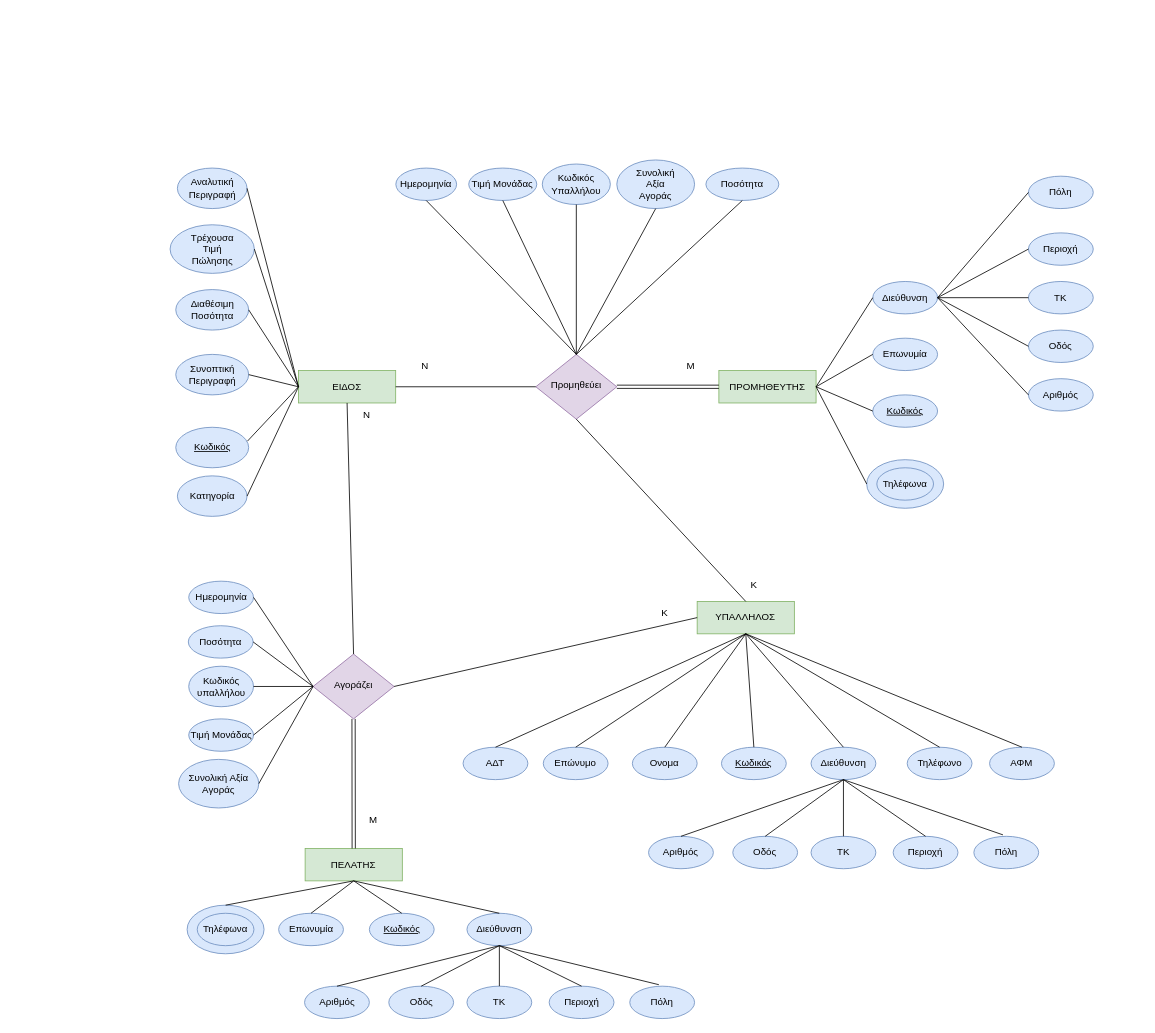
Above: ERDiagramFlowchart.drawio in Lazini/ERDiagram (draw.io), before the change. Source tidied: cells renumbered, new cells numbered last; positions are measured from the earlier drawing's top-left corner, leaving out a move shared by most shapes. Both pictures are drawn from the tidied source at 81%, with x=0, y=0 at pixel (169, 160).
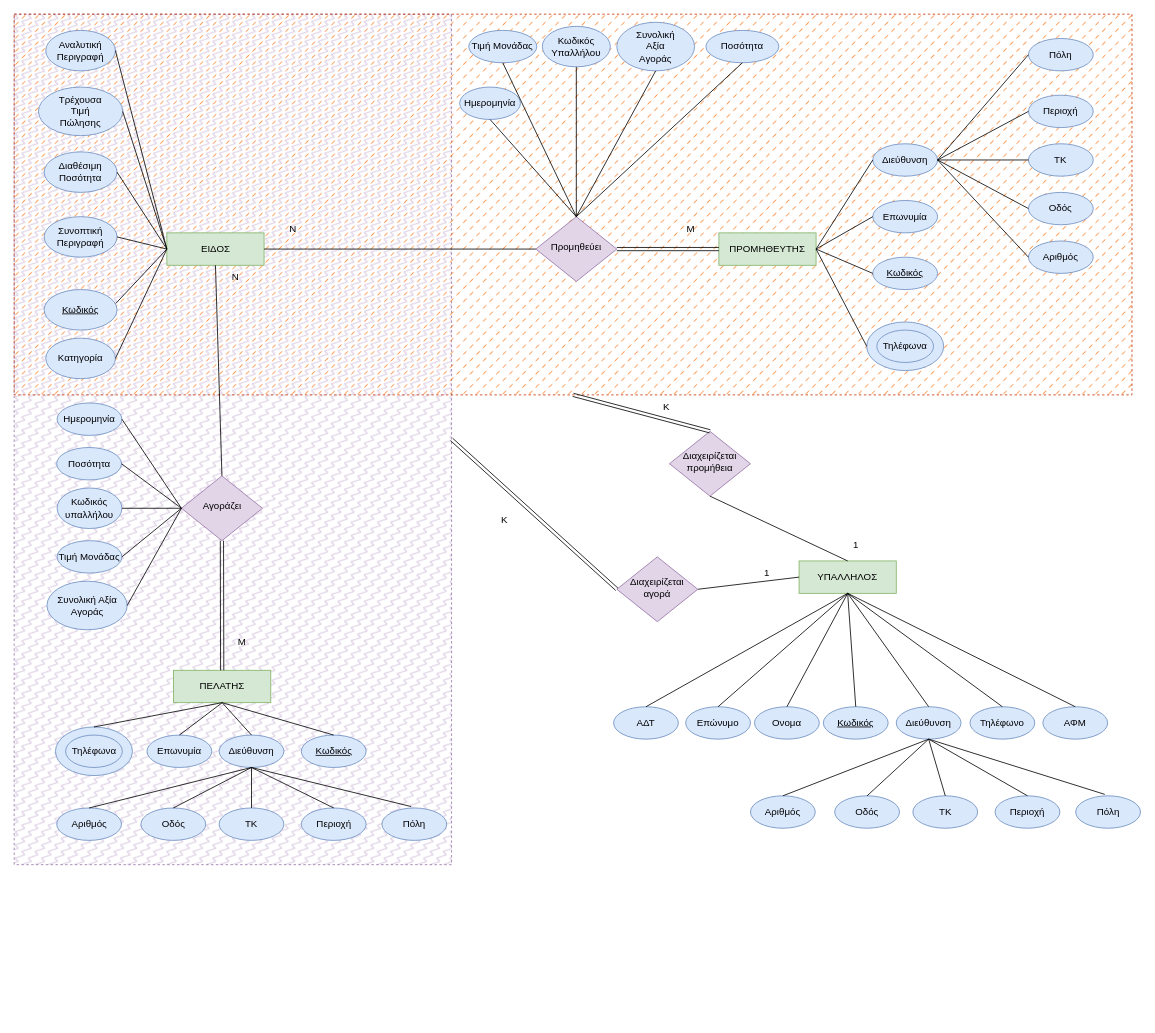
The same diagram, later.

Change to the diagram source:
```diff
@@
+    <mxCell id="114" style="rounded=0;whiteSpace=wrap;html=1;dashed=1;fillStyle=zigzag-line;fillColor=#e1d5e7;strokeColor=#9673a6;" parent="1" vertex="1">
+      <mxGeometry x="-192" y="-180" width="540" height="1050" as="geometry" />
+    </mxCell>
+    <mxCell id="115" style="rounded=0;whiteSpace=wrap;html=1;dashed=1;fillColor=#fa6800;strokeColor=#C73500;fillStyle=dashed;fontColor=#000000;" parent="1" vertex="1">
+      <mxGeometry x="-192" y="-180" width="1380" height="470" as="geometry" />
+    </mxCell>
     <mxCell id="2" value="ΕΙΔΟΣ" style="rounded=0;whiteSpace=wrap;html=1;fontSize=12;glass=0;strokeWidth=1;shadow=0;fillColor=#d5e8d4;strokeColor=#82b366;" parent="1" vertex="1">
-      <mxGeometry x="159" y="260" width="120" height="40" as="geometry" />
+      <mxGeometry x="-3.5" y="90" width="120" height="40" as="geometry" />
     </mxCell>
     <mxCell id="3" value="&lt;div&gt;ΠΡΟΜΗΘΕΥΤΗΣ&lt;/div&gt;" style="rounded=0;whiteSpace=wrap;html=1;fontSize=12;glass=0;strokeWidth=1;shadow=0;fillColor=#d5e8d4;strokeColor=#82b366;" parent="1" vertex="1">
-      <mxGeometry x="678" y="260" width="120" height="40" as="geometry" />
+      <mxGeometry x="678" y="90" width="120" height="40" as="geometry" />
     </mxCell>
     <mxCell id="4" value="&lt;div&gt;ΠΕΛΑΤΗΣ&lt;/div&gt;" style="rounded=0;whiteSpace=wrap;html=1;fontSize=12;glass=0;strokeWidth=1;shadow=0;fillColor=#d5e8d4;strokeColor=#82b366;" parent="1" vertex="1">
-      <mxGeometry x="167.2" y="850" width="120" height="40" as="geometry" />
+      <mxGeometry x="4.8" y="630" width="120" height="40" as="geometry" />
     </mxCell>
     <mxCell id="5" value="&lt;div&gt;ΥΠΑΛΛΗΛΟΣ&lt;/div&gt;" style="rounded=0;whiteSpace=wrap;html=1;fontSize=12;glass=0;strokeWidth=1;shadow=0;fillColor=#d5e8d4;strokeColor=#82b366;" parent="1" vertex="1">
-      <mxGeometry x="651.2" y="545" width="120" height="40" as="geometry" />
+      <mxGeometry x="777" y="495" width="120" height="40" as="geometry" />
     </mxCell>
     <mxCell id="6" value="Προμηθεύει" style="rhombus;whiteSpace=wrap;html=1;shadow=0;fontFamily=Helvetica;fontSize=12;align=center;strokeWidth=1;spacing=6;spacingTop=-4;fillColor=#e1d5e7;strokeColor=#9673a6;" parent="1" vertex="1">
-      <mxGeometry x="452" y="240" width="100" height="80" as="geometry" />
+      <mxGeometry x="452" y="70" width="100" height="80" as="geometry" />
     </mxCell>
@@
     <mxCell id="9" value="&lt;div&gt;Διαθέσιμη &lt;br&gt;&lt;/div&gt;&lt;div&gt;Ποσότητα&lt;/div&gt;" style="ellipse;whiteSpace=wrap;html=1;fillColor=#dae8fc;strokeColor=#6c8ebf;" parent="1" vertex="1">
-      <mxGeometry x="7.5" y="160" width="90" height="50" as="geometry" />
+      <mxGeometry x="-155" y="-10" width="90" height="50" as="geometry" />
     </mxCell>
     <mxCell id="10" value="&lt;div&gt;Αναλυτική&lt;/div&gt;&lt;div&gt;Περιγραφή&lt;/div&gt;" style="ellipse;whiteSpace=wrap;html=1;fillColor=#dae8fc;strokeColor=#6c8ebf;" parent="1" vertex="1">
-      <mxGeometry x="9.5" y="10" width="86" height="50" as="geometry" />
+      <mxGeometry x="-153" y="-160" width="86" height="50" as="geometry" />
     </mxCell>
     <mxCell id="11" value="&lt;div&gt;Συνοπτική&lt;/div&gt;&lt;div&gt;Περιγραφή&lt;/div&gt;" style="ellipse;whiteSpace=wrap;html=1;fillColor=#dae8fc;strokeColor=#6c8ebf;" parent="1" vertex="1">
-      <mxGeometry x="7.5" y="240" width="90" height="50" as="geometry" />
+      <mxGeometry x="-155" y="70" width="90" height="50" as="geometry" />
     </mxCell>
     <mxCell id="12" value="&lt;u&gt;Κωδικός&lt;/u&gt;" style="ellipse;whiteSpace=wrap;html=1;fillColor=#dae8fc;strokeColor=#6c8ebf;" parent="1" vertex="1">
-      <mxGeometry x="7.5" y="330" width="90" height="50" as="geometry" />
+      <mxGeometry x="-155" y="160" width="90" height="50" as="geometry" />
     </mxCell>
     <mxCell id="13" value="&lt;div&gt;Κατηγορία&lt;/div&gt;" style="ellipse;whiteSpace=wrap;html=1;fillColor=#dae8fc;strokeColor=#6c8ebf;" parent="1" vertex="1">
-      <mxGeometry x="9.5" y="390" width="86" height="50" as="geometry" />
+      <mxGeometry x="-153" y="220" width="86" height="50" as="geometry" />
     </mxCell>
     <mxCell id="14" value="&lt;div&gt;Τρέχουσα&lt;/div&gt;&lt;div&gt;Τιμή&lt;/div&gt;&lt;div&gt;Πώλησης&lt;/div&gt;" style="ellipse;whiteSpace=wrap;html=1;fillColor=#dae8fc;strokeColor=#6c8ebf;" parent="1" vertex="1">
-      <mxGeometry x="0.5" y="80" width="104" height="60" as="geometry" />
+      <mxGeometry x="-162" y="-90" width="104" height="60" as="geometry" />
     </mxCell>
@@
     <mxCell id="21" value="Ν" style="text;html=1;align=center;verticalAlign=middle;strokeColor=none;fillColor=none;" parent="1" vertex="1">
-      <mxGeometry x="299.5" y="240" width="30" height="30" as="geometry" />
+      <mxGeometry x="137" y="70" width="30" height="30" as="geometry" />
     </mxCell>
     <mxCell id="22" value="Μ" style="text;html=1;align=center;verticalAlign=middle;strokeColor=none;fillColor=none;" parent="1" vertex="1">
-      <mxGeometry x="628" y="240" width="30" height="30" as="geometry" />
+      <mxGeometry x="628" y="70" width="30" height="30" as="geometry" />
     </mxCell>
     <mxCell id="23" value="Ημερομηνία" style="ellipse;whiteSpace=wrap;html=1;fillColor=#dae8fc;strokeColor=#6c8ebf;" parent="1" vertex="1">
-      <mxGeometry x="279.2" y="10" width="75" height="40" as="geometry" />
+      <mxGeometry x="358" y="-90" width="75" height="40" as="geometry" />
     </mxCell>
     <mxCell id="24" value="Τιμή Μονάδας" style="ellipse;whiteSpace=wrap;html=1;fillColor=#dae8fc;strokeColor=#6c8ebf;" parent="1" vertex="1">
-      <mxGeometry x="369.2" y="10" width="84" height="40" as="geometry" />
+      <mxGeometry x="369.2" y="-160" width="84" height="40" as="geometry" />
     </mxCell>
     <mxCell id="25" value="&lt;div&gt;Συνολική&lt;/div&gt;&lt;div&gt;Αξία&lt;/div&gt;&lt;div&gt;Αγοράς&lt;/div&gt;" style="ellipse;whiteSpace=wrap;html=1;fillColor=#dae8fc;strokeColor=#6c8ebf;" parent="1" vertex="1">
-      <mxGeometry x="552" width="96" height="60" as="geometry" />
+      <mxGeometry x="552" y="-170" width="96" height="60" as="geometry" />
     </mxCell>
     <mxCell id="26" value="&lt;div&gt;Ποσότητα&lt;/div&gt;" style="ellipse;whiteSpace=wrap;html=1;fillColor=#dae8fc;strokeColor=#6c8ebf;" parent="1" vertex="1">
-      <mxGeometry x="662" y="10" width="90" height="40" as="geometry" />
+      <mxGeometry x="662" y="-160" width="90" height="40" as="geometry" />
     </mxCell>
@@
     <mxCell id="31" value="Κωδικός Υπαλλήλου" style="ellipse;whiteSpace=wrap;html=1;fillColor=#dae8fc;strokeColor=#6c8ebf;" parent="1" vertex="1">
-      <mxGeometry x="460" y="5" width="84" height="50" as="geometry" />
+      <mxGeometry x="460" y="-165" width="84" height="50" as="geometry" />
     </mxCell>
@@
     <mxCell id="33" value="Διεύθυνση" style="ellipse;whiteSpace=wrap;html=1;fillColor=#dae8fc;strokeColor=#6c8ebf;" parent="1" vertex="1">
-      <mxGeometry x="868" y="150" width="80" height="40" as="geometry" />
+      <mxGeometry x="868" y="-20" width="80" height="40" as="geometry" />
     </mxCell>
     <mxCell id="34" value="Επωνυμία" style="ellipse;whiteSpace=wrap;html=1;fillColor=#dae8fc;strokeColor=#6c8ebf;" parent="1" vertex="1">
-      <mxGeometry x="868" y="220" width="80" height="40" as="geometry" />
+      <mxGeometry x="868" y="50" width="80" height="40" as="geometry" />
     </mxCell>
     <mxCell id="35" value="&lt;u&gt;Κωδικός&lt;/u&gt;" style="ellipse;whiteSpace=wrap;html=1;fillColor=#dae8fc;strokeColor=#6c8ebf;" parent="1" vertex="1">
-      <mxGeometry x="868" y="290" width="80" height="40" as="geometry" />
+      <mxGeometry x="868" y="120" width="80" height="40" as="geometry" />
     </mxCell>
     <mxCell id="36" style="ellipse;whiteSpace=wrap;html=1;fillColor=#dae8fc;strokeColor=#6c8ebf;" parent="1" vertex="1">
-      <mxGeometry x="860.5" y="370" width="95" height="60" as="geometry" />
+      <mxGeometry x="860.5" y="200" width="95" height="60" as="geometry" />
     </mxCell>
     <mxCell id="37" value="Τηλέφωνα" style="ellipse;whiteSpace=wrap;html=1;fillColor=#dae8fc;strokeColor=#6c8ebf;" parent="1" vertex="1">
-      <mxGeometry x="873" y="380" width="70" height="40" as="geometry" />
+      <mxGeometry x="873" y="210" width="70" height="40" as="geometry" />
     </mxCell>
@@
     <mxCell id="42" value="&lt;div&gt;Αγοράζει&lt;/div&gt;" style="rhombus;whiteSpace=wrap;html=1;shadow=0;fontFamily=Helvetica;fontSize=12;align=center;strokeWidth=1;spacing=6;spacingTop=-4;fillColor=#e1d5e7;strokeColor=#9673a6;" parent="1" vertex="1">
-      <mxGeometry x="177" y="610" width="100" height="80" as="geometry" />
+      <mxGeometry x="14.5" y="390" width="100" height="80" as="geometry" />
     </mxCell>
@@
     <mxCell id="45" value="Ημερομηνία" style="ellipse;whiteSpace=wrap;html=1;fillColor=#dae8fc;strokeColor=#6c8ebf;" parent="1" vertex="1">
-      <mxGeometry x="23.5" y="520" width="80" height="40" as="geometry" />
+      <mxGeometry x="-139" y="300" width="80" height="40" as="geometry" />
     </mxCell>
     <mxCell id="46" value="Ποσότητα" style="ellipse;whiteSpace=wrap;html=1;fillColor=#dae8fc;strokeColor=#6c8ebf;" parent="1" vertex="1">
-      <mxGeometry x="23" y="575" width="80" height="40" as="geometry" />
+      <mxGeometry x="-139.5" y="355" width="80" height="40" as="geometry" />
     </mxCell>
     <mxCell id="47" value="Τιμή Μονάδας" style="ellipse;whiteSpace=wrap;html=1;fillColor=#dae8fc;strokeColor=#6c8ebf;" parent="1" vertex="1">
-      <mxGeometry x="23.5" y="690" width="80" height="40" as="geometry" />
+      <mxGeometry x="-139" y="470" width="80" height="40" as="geometry" />
     </mxCell>
     <mxCell id="48" value="Συνολική Αξία Αγοράς" style="ellipse;whiteSpace=wrap;html=1;fillColor=#dae8fc;strokeColor=#6c8ebf;" parent="1" vertex="1">
-      <mxGeometry x="11" y="740" width="99" height="60" as="geometry" />
+      <mxGeometry x="-151.5" y="520" width="99" height="60" as="geometry" />
     </mxCell>
@@
     <mxCell id="53" value="Κωδικός υπαλλήλου" style="ellipse;whiteSpace=wrap;html=1;fillColor=#dae8fc;strokeColor=#6c8ebf;" parent="1" vertex="1">
-      <mxGeometry x="23.5" y="625" width="80" height="50" as="geometry" />
+      <mxGeometry x="-139" y="405" width="80" height="50" as="geometry" />
     </mxCell>
@@
     <mxCell id="55" value="Ν" style="text;html=1;align=center;verticalAlign=middle;strokeColor=none;fillColor=none;" parent="1" vertex="1">
-      <mxGeometry x="228" y="300" width="30" height="30" as="geometry" />
+      <mxGeometry x="65.5" y="130" width="30" height="30" as="geometry" />
     </mxCell>
     <mxCell id="56" value="Μ" style="text;html=1;align=center;verticalAlign=middle;strokeColor=none;fillColor=none;" parent="1" vertex="1">
-      <mxGeometry x="236.2" y="800" width="30" height="30" as="geometry" />
+      <mxGeometry x="73.8" y="580" width="30" height="30" as="geometry" />
     </mxCell>
     <mxCell id="57" value="&lt;div&gt;Πόλη&lt;/div&gt;" style="ellipse;whiteSpace=wrap;html=1;fillColor=#dae8fc;strokeColor=#6c8ebf;" parent="1" vertex="1">
-      <mxGeometry x="1060.2" y="20" width="80" height="40" as="geometry" />
+      <mxGeometry x="1060.2" y="-150" width="80" height="40" as="geometry" />
     </mxCell>
     <mxCell id="58" value="Περιοχή" style="ellipse;whiteSpace=wrap;html=1;fillColor=#dae8fc;strokeColor=#6c8ebf;" parent="1" vertex="1">
-      <mxGeometry x="1060.2" y="90" width="80" height="40" as="geometry" />
+      <mxGeometry x="1060.2" y="-80" width="80" height="40" as="geometry" />
     </mxCell>
     <mxCell id="59" value="ΤΚ" style="ellipse;whiteSpace=wrap;html=1;fillColor=#dae8fc;strokeColor=#6c8ebf;" parent="1" vertex="1">
-      <mxGeometry x="1060.2" y="150" width="80" height="40" as="geometry" />
+      <mxGeometry x="1060.2" y="-20" width="80" height="40" as="geometry" />
     </mxCell>
     <mxCell id="60" value="Οδός" style="ellipse;whiteSpace=wrap;html=1;fillColor=#dae8fc;strokeColor=#6c8ebf;" parent="1" vertex="1">
-      <mxGeometry x="1060.2" y="210" width="80" height="40" as="geometry" />
+      <mxGeometry x="1060.2" y="40" width="80" height="40" as="geometry" />
     </mxCell>
     <mxCell id="61" value="Αριθμός" style="ellipse;whiteSpace=wrap;html=1;fillColor=#dae8fc;strokeColor=#6c8ebf;" parent="1" vertex="1">
-      <mxGeometry x="1060.2" y="270" width="80" height="40" as="geometry" />
+      <mxGeometry x="1060.2" y="100" width="80" height="40" as="geometry" />
     </mxCell>
@@
     <mxCell id="67" value="Διεύθυνση" style="ellipse;whiteSpace=wrap;html=1;fillColor=#dae8fc;strokeColor=#6c8ebf;" parent="1" vertex="1">
-      <mxGeometry x="367" y="930" width="80" height="40" as="geometry" />
+      <mxGeometry x="61" y="710" width="80" height="40" as="geometry" />
     </mxCell>
     <mxCell id="68" value="Επωνυμία" style="ellipse;whiteSpace=wrap;html=1;fillColor=#dae8fc;strokeColor=#6c8ebf;" parent="1" vertex="1">
-      <mxGeometry x="134.5" y="930" width="80" height="40" as="geometry" />
+      <mxGeometry x="-28" y="710" width="80" height="40" as="geometry" />
     </mxCell>
     <mxCell id="69" value="&lt;u&gt;Κωδικός&lt;/u&gt;" style="ellipse;whiteSpace=wrap;html=1;fillColor=#dae8fc;strokeColor=#6c8ebf;" parent="1" vertex="1">
-      <mxGeometry x="246.5" y="930" width="80" height="40" as="geometry" />
+      <mxGeometry x="162.5" y="710" width="80" height="40" as="geometry" />
     </mxCell>
     <mxCell id="70" style="ellipse;whiteSpace=wrap;html=1;fillColor=#dae8fc;strokeColor=#6c8ebf;" parent="1" vertex="1">
-      <mxGeometry x="21.5" y="920" width="95" height="60" as="geometry" />
+      <mxGeometry x="-141" y="700" width="95" height="60" as="geometry" />
     </mxCell>
     <mxCell id="71" value="Τηλέφωνα" style="ellipse;whiteSpace=wrap;html=1;fillColor=#dae8fc;strokeColor=#6c8ebf;" parent="1" vertex="1">
-      <mxGeometry x="34" y="930" width="70" height="40" as="geometry" />
+      <mxGeometry x="-128.5" y="710" width="70" height="40" as="geometry" />
     </mxCell>
@@
     <mxCell id="76" value="&lt;div&gt;Πόλη&lt;/div&gt;" style="ellipse;whiteSpace=wrap;html=1;fillColor=#dae8fc;strokeColor=#6c8ebf;" parent="1" vertex="1">
-      <mxGeometry x="568" y="1020" width="80" height="40" as="geometry" />
+      <mxGeometry x="262" y="800" width="80" height="40" as="geometry" />
     </mxCell>
     <mxCell id="77" value="Περιοχή" style="ellipse;whiteSpace=wrap;html=1;fillColor=#dae8fc;strokeColor=#6c8ebf;" parent="1" vertex="1">
-      <mxGeometry x="468.5" y="1020" width="80" height="40" as="geometry" />
+      <mxGeometry x="162.5" y="800" width="80" height="40" as="geometry" />
     </mxCell>
     <mxCell id="78" value="ΤΚ" style="ellipse;whiteSpace=wrap;html=1;fillColor=#dae8fc;strokeColor=#6c8ebf;" parent="1" vertex="1">
-      <mxGeometry x="367" y="1020" width="80" height="40" as="geometry" />
+      <mxGeometry x="61" y="800" width="80" height="40" as="geometry" />
     </mxCell>
     <mxCell id="79" value="Οδός" style="ellipse;whiteSpace=wrap;html=1;fillColor=#dae8fc;strokeColor=#6c8ebf;" parent="1" vertex="1">
-      <mxGeometry x="270.5" y="1020" width="80" height="40" as="geometry" />
+      <mxGeometry x="-35.5" y="800" width="80" height="40" as="geometry" />
     </mxCell>
     <mxCell id="80" value="Αριθμός" style="ellipse;whiteSpace=wrap;html=1;fillColor=#dae8fc;strokeColor=#6c8ebf;" parent="1" vertex="1">
-      <mxGeometry x="166.5" y="1020" width="80" height="40" as="geometry" />
+      <mxGeometry x="-139.5" y="800" width="80" height="40" as="geometry" />
     </mxCell>
@@
     <mxCell id="86" value="&lt;u&gt;Κωδικός&lt;/u&gt;" style="ellipse;whiteSpace=wrap;html=1;fillColor=#dae8fc;strokeColor=#6c8ebf;" parent="1" vertex="1">
-      <mxGeometry x="681.2" y="725" width="80" height="40" as="geometry" />
+      <mxGeometry x="807" y="675" width="80" height="40" as="geometry" />
     </mxCell>
     <mxCell id="87" value="Τηλέφωνο" style="ellipse;whiteSpace=wrap;html=1;fillColor=#dae8fc;strokeColor=#6c8ebf;" parent="1" vertex="1">
-      <mxGeometry x="910.5" y="725" width="80" height="40" as="geometry" />
+      <mxGeometry x="988" y="675" width="80" height="40" as="geometry" />
     </mxCell>
     <mxCell id="88" value="Διεύθυνση" style="ellipse;whiteSpace=wrap;html=1;fillColor=#dae8fc;strokeColor=#6c8ebf;" parent="1" vertex="1">
-      <mxGeometry x="791.8" y="725" width="80" height="40" as="geometry" />
+      <mxGeometry x="897" y="675" width="80" height="40" as="geometry" />
     </mxCell>
@@
     <mxCell id="90" value="&lt;div&gt;Πόλη&lt;/div&gt;" style="ellipse;whiteSpace=wrap;html=1;fillColor=#dae8fc;strokeColor=#6c8ebf;" parent="1" vertex="1">
-      <mxGeometry x="992.8" y="835" width="80" height="40" as="geometry" />
+      <mxGeometry x="1118.5" y="785" width="80" height="40" as="geometry" />
     </mxCell>
     <mxCell id="91" value="Περιοχή" style="ellipse;whiteSpace=wrap;html=1;fillColor=#dae8fc;strokeColor=#6c8ebf;" parent="1" vertex="1">
-      <mxGeometry x="893.2" y="835" width="80" height="40" as="geometry" />
+      <mxGeometry x="1019" y="785" width="80" height="40" as="geometry" />
     </mxCell>
     <mxCell id="92" value="ΤΚ" style="ellipse;whiteSpace=wrap;html=1;fillColor=#dae8fc;strokeColor=#6c8ebf;" parent="1" vertex="1">
-      <mxGeometry x="791.8" y="835" width="80" height="40" as="geometry" />
+      <mxGeometry x="917.5" y="785" width="80" height="40" as="geometry" />
     </mxCell>
     <mxCell id="93" value="Οδός" style="ellipse;whiteSpace=wrap;html=1;fillColor=#dae8fc;strokeColor=#6c8ebf;" parent="1" vertex="1">
-      <mxGeometry x="695.2" y="835" width="80" height="40" as="geometry" />
+      <mxGeometry x="821" y="785" width="80" height="40" as="geometry" />
     </mxCell>
     <mxCell id="94" value="Αριθμός" style="ellipse;whiteSpace=wrap;html=1;fillColor=#dae8fc;strokeColor=#6c8ebf;" parent="1" vertex="1">
-      <mxGeometry x="591.2" y="835" width="80" height="40" as="geometry" />
+      <mxGeometry x="717" y="785" width="80" height="40" as="geometry" />
     </mxCell>
@@
     <mxCell id="100" value="Ονομα" style="ellipse;whiteSpace=wrap;html=1;fillColor=#dae8fc;strokeColor=#6c8ebf;" parent="1" vertex="1">
-      <mxGeometry x="571.2" y="725" width="80" height="40" as="geometry" />
+      <mxGeometry x="722" y="675" width="80" height="40" as="geometry" />
     </mxCell>
     <mxCell id="101" value="Επώνυμο" style="ellipse;whiteSpace=wrap;html=1;fillColor=#dae8fc;strokeColor=#6c8ebf;" parent="1" vertex="1">
-      <mxGeometry x="461.2" y="725" width="80" height="40" as="geometry" />
+      <mxGeometry x="637" y="675" width="80" height="40" as="geometry" />
     </mxCell>
@@
     <mxCell id="106" value="ΑΔΤ" style="ellipse;whiteSpace=wrap;html=1;fillColor=#dae8fc;strokeColor=#6c8ebf;" parent="1" vertex="1">
-      <mxGeometry x="362.2" y="725" width="80" height="40" as="geometry" />
+      <mxGeometry x="548" y="675" width="80" height="40" as="geometry" />
     </mxCell>
     <mxCell id="107" value="ΑΦΜ" style="ellipse;whiteSpace=wrap;html=1;fillColor=#dae8fc;strokeColor=#6c8ebf;" parent="1" vertex="1">
-      <mxGeometry x="1012.2" y="725" width="80" height="40" as="geometry" />
+      <mxGeometry x="1078" y="675" width="80" height="40" as="geometry" />
     </mxCell>
@@
-    <mxCell id="110" style="endArrow=none;html=1;rounded=0;entryX=0.5;entryY=1;entryDx=0;entryDy=0;exitX=0.5;exitY=0;exitDx=0;exitDy=0;" parent="1" edge="1" source="5" target="6">
+    <mxCell id="110" style="endArrow=none;html=1;rounded=0;entryX=0.5;entryY=1;entryDx=0;entryDy=0;exitX=0.5;exitY=0;exitDx=0;exitDy=0;" parent="1" edge="1" source="5" target="116">
       <mxGeometry relative="1" as="geometry" />
     </mxCell>
-    <mxCell id="111" style="endArrow=none;html=1;rounded=0;exitX=1;exitY=0.5;exitDx=0;exitDy=0;entryX=0;entryY=0.5;entryDx=0;entryDy=0;" parent="1" edge="1" source="42" target="5">
+    <mxCell id="111" style="endArrow=none;html=1;rounded=0;entryX=0;entryY=0.5;entryDx=0;entryDy=0;exitX=1;exitY=0.5;exitDx=0;exitDy=0;" parent="1" edge="1" source="119" target="5">
       <mxGeometry relative="1" as="geometry" />
     </mxCell>
-    <mxCell id="112" value="K" style="text;html=1;align=center;verticalAlign=middle;strokeColor=none;fillColor=none;" parent="1" vertex="1">
-      <mxGeometry x="706.2" y="510" width="30" height="30" as="geometry" />
+    <mxCell id="112" value="1" style="text;html=1;align=center;verticalAlign=middle;strokeColor=none;fillColor=none;" parent="1" vertex="1">
+      <mxGeometry x="832" y="460" width="30" height="30" as="geometry" />
     </mxCell>
-    <mxCell id="113" value="K" style="text;html=1;align=center;verticalAlign=middle;strokeColor=none;fillColor=none;" parent="1" vertex="1">
-      <mxGeometry x="596.2" y="545" width="30" height="30" as="geometry" />
+    <mxCell id="113" value="1" style="text;html=1;align=center;verticalAlign=middle;strokeColor=none;fillColor=none;" parent="1" vertex="1">
+      <mxGeometry x="722" y="495" width="30" height="30" as="geometry" />
     </mxCell>
+    <mxCell id="116" value="Διαχειρίζεται&lt;br&gt;&lt;div&gt;προμήθεια&lt;/div&gt;" style="rhombus;whiteSpace=wrap;html=1;shadow=0;fontFamily=Helvetica;fontSize=12;align=center;strokeWidth=1;spacing=6;spacingTop=-4;fillColor=#e1d5e7;strokeColor=#9673a6;" parent="1" vertex="1">
+      <mxGeometry x="617" y="335" width="100" height="80" as="geometry" />
+    </mxCell>
+    <mxCell id="117" style="endArrow=none;html=1;rounded=0;entryX=0.5;entryY=1;entryDx=0;entryDy=0;exitX=0.5;exitY=0;exitDx=0;exitDy=0;shape=link;" parent="1" edge="1" source="116" target="115">
+      <mxGeometry relative="1" as="geometry" />
+    </mxCell>
+    <mxCell id="118" value="K" style="text;html=1;align=center;verticalAlign=middle;strokeColor=none;fillColor=none;" parent="1" vertex="1">
+      <mxGeometry x="598" y="290" width="30" height="30" as="geometry" />
+    </mxCell>
+    <mxCell id="119" value="Διαχειρίζεται&lt;br&gt;αγορά" style="rhombus;whiteSpace=wrap;html=1;shadow=0;fontFamily=Helvetica;fontSize=12;align=center;strokeWidth=1;spacing=6;spacingTop=-4;fillColor=#e1d5e7;strokeColor=#9673a6;" parent="1" vertex="1">
+      <mxGeometry x="552" y="490" width="100" height="80" as="geometry" />
+    </mxCell>
+    <mxCell id="120" style="endArrow=none;html=1;rounded=0;exitX=0;exitY=0.5;exitDx=0;exitDy=0;shape=link;entryX=1;entryY=0.5;entryDx=0;entryDy=0;" parent="1" edge="1" source="119" target="114">
+      <mxGeometry relative="1" as="geometry" />
+    </mxCell>
+    <mxCell id="121" value="K" style="text;html=1;align=center;verticalAlign=middle;strokeColor=none;fillColor=none;" parent="1" vertex="1">
+      <mxGeometry x="398" y="430" width="30" height="30" as="geometry" />
+    </mxCell>
```
